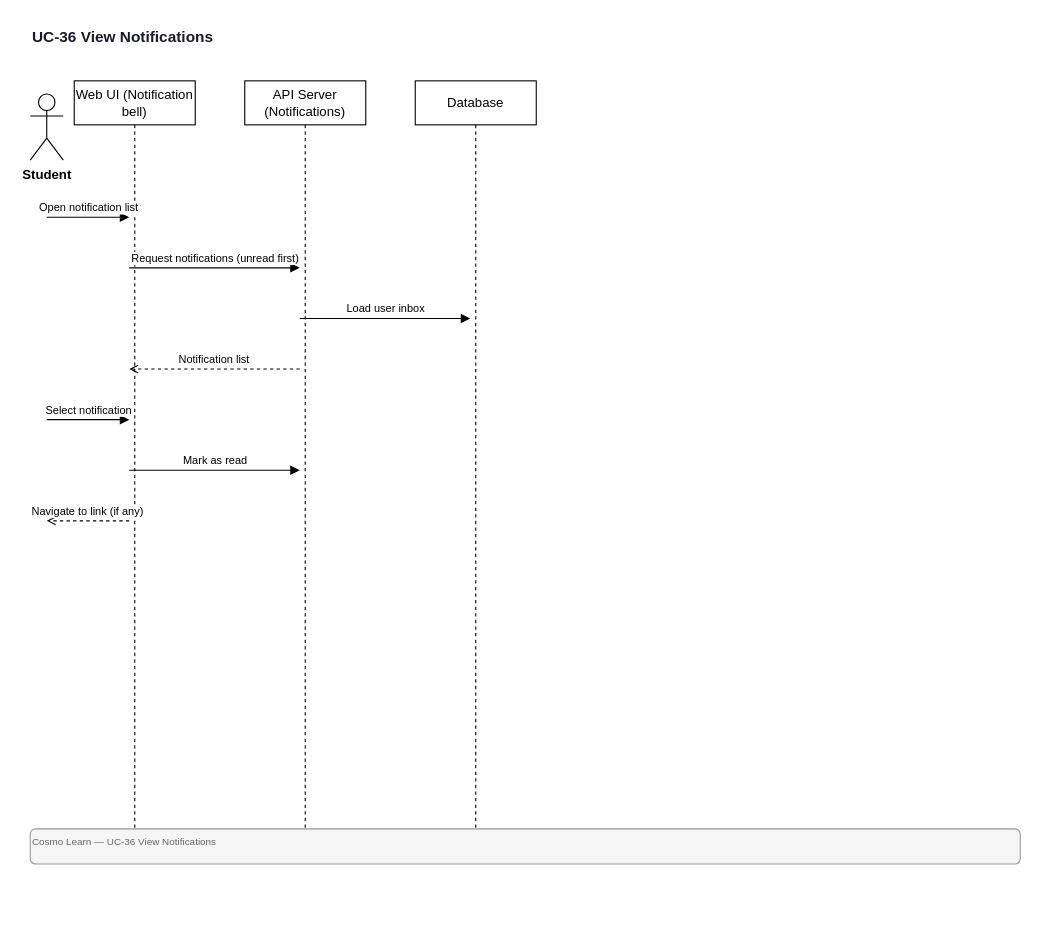
quangg1/ASTRO_EDU keeps this draw.io diagram as docs/diagrams/sequence/UC-36-View-Notifications.drawio. Above is the earlier version. Source tidied: cells renumbered, new cells numbered last; positions are measured from the earlier drawing's top-left corner, leaving out a move shared by most shapes. Both pictures are drawn from the tidied source at 110%, with x=0, y=0 at pixel (30, 19).
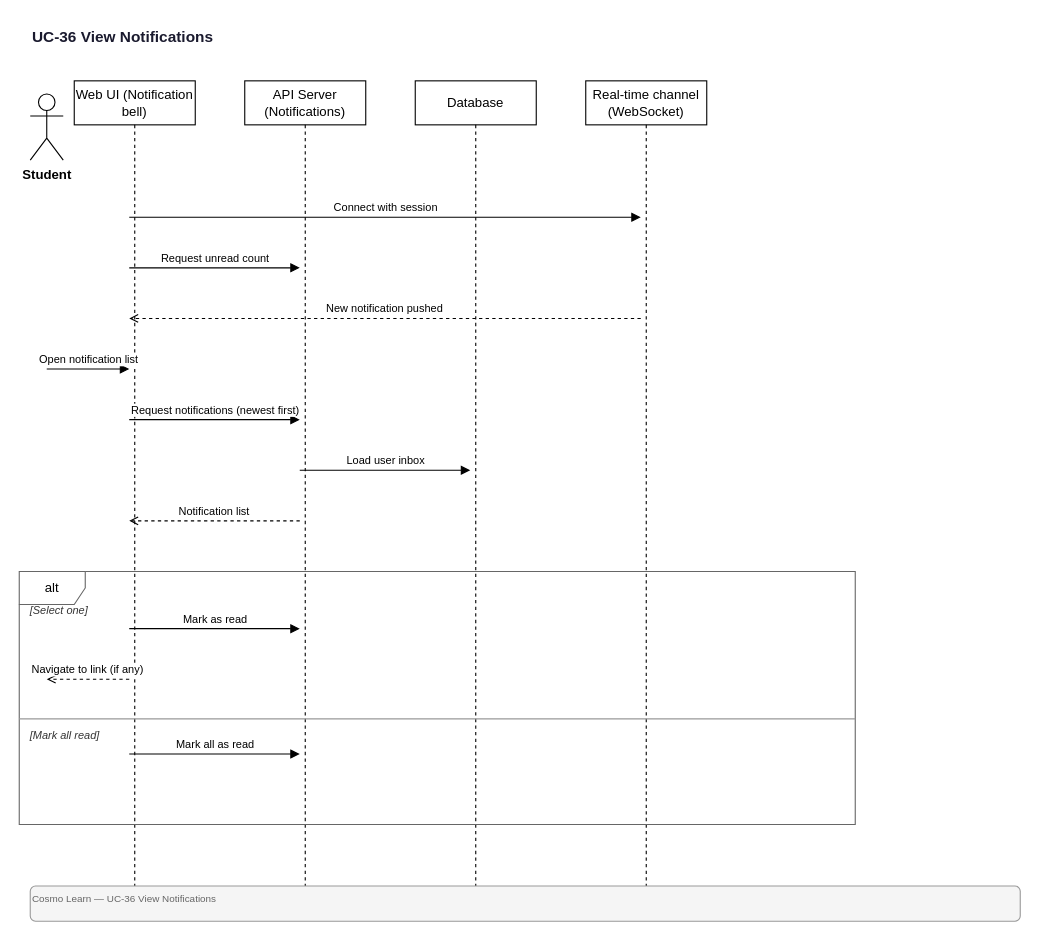
The same page after the edit.

Diff of the diagram source:
```diff
@@
     <mxCell id="4" value="Web UI (Notification bell)" style="shape=umlLifeline;perimeter=lifelinePerimeter;whiteSpace=wrap;html=1;size=40;" parent="1" vertex="1">
-      <mxGeometry x="40" y="56" width="110" height="682" as="geometry" />
+      <mxGeometry x="40" y="56" width="110" height="734" as="geometry" />
     </mxCell>
     <mxCell id="5" value="API Server (Notifications)" style="shape=umlLifeline;perimeter=lifelinePerimeter;whiteSpace=wrap;html=1;size=40;" parent="1" vertex="1">
-      <mxGeometry x="195" y="56" width="110" height="682" as="geometry" />
+      <mxGeometry x="195" y="56" width="110" height="734" as="geometry" />
     </mxCell>
     <mxCell id="6" value="Database" style="shape=umlLifeline;perimeter=lifelinePerimeter;whiteSpace=wrap;html=1;size=40;" parent="1" vertex="1">
-      <mxGeometry x="350" y="56" width="110" height="682" as="geometry" />
+      <mxGeometry x="350" y="56" width="110" height="734" as="geometry" />
     </mxCell>
+    <mxCell id="15" value="Real-time channel (WebSocket)" style="shape=umlLifeline;perimeter=lifelinePerimeter;whiteSpace=wrap;html=1;size=40;" parent="1" vertex="1">
+      <mxGeometry x="505" y="56" width="110" height="734" as="geometry" />
+    </mxCell>
-    <mxCell id="7" value="Open notification list" style="endArrow=block;endFill=1;html=1;fontSize=10;verticalAlign=bottom;" parent="1" edge="1">
+    <mxCell id="7" value="Connect with session" style="endArrow=block;endFill=1;html=1;fontSize=10;verticalAlign=bottom;" parent="1" edge="1">
       <mxGeometry relative="1" as="geometry">
-        <mxPoint x="15" y="180" as="sourcePoint" />
-        <mxPoint x="90" y="180" as="targetPoint" />
+        <mxPoint x="90" y="180" as="sourcePoint" />
+        <mxPoint x="555" y="180" as="targetPoint" />
       </mxGeometry>
     </mxCell>
-    <mxCell id="8" value="Request notifications (unread first)" style="endArrow=block;endFill=1;html=1;fontSize=10;verticalAlign=bottom;" parent="1" edge="1">
+    <mxCell id="8" value="Request unread count" style="endArrow=block;endFill=1;html=1;fontSize=10;verticalAlign=bottom;" parent="1" edge="1">
       <mxGeometry relative="1" as="geometry">
         <mxPoint x="90" y="226" as="sourcePoint" />
         <mxPoint x="245" y="226" as="targetPoint" />
       </mxGeometry>
     </mxCell>
-    <mxCell id="9" value="Load user inbox" style="endArrow=block;endFill=1;html=1;fontSize=10;verticalAlign=bottom;" parent="1" edge="1">
+    <mxCell id="9" value="New notification pushed" style="endArrow=open;endFill=0;html=1;dashed=1;fontSize=10;verticalAlign=bottom;" parent="1" edge="1">
       <mxGeometry relative="1" as="geometry">
-        <mxPoint x="245" y="272" as="sourcePoint" />
-        <mxPoint x="400" y="272" as="targetPoint" />
+        <mxPoint x="555" y="272" as="sourcePoint" />
+        <mxPoint x="90" y="272" as="targetPoint" />
       </mxGeometry>
     </mxCell>
-    <mxCell id="10" value="Notification list" style="endArrow=open;endFill=0;html=1;dashed=1;fontSize=10;verticalAlign=bottom;" parent="1" edge="1">
+    <mxCell id="10" value="Open notification list" style="endArrow=block;endFill=1;html=1;fontSize=10;verticalAlign=bottom;" parent="1" edge="1">
       <mxGeometry relative="1" as="geometry">
-        <mxPoint x="245" y="318" as="sourcePoint" />
+        <mxPoint x="15" y="318" as="sourcePoint" />
         <mxPoint x="90" y="318" as="targetPoint" />
       </mxGeometry>
     </mxCell>
-    <mxCell id="11" value="Select notification" style="endArrow=block;endFill=1;html=1;fontSize=10;verticalAlign=bottom;" parent="1" edge="1">
+    <mxCell id="11" value="Request notifications (newest first)" style="endArrow=block;endFill=1;html=1;fontSize=10;verticalAlign=bottom;" parent="1" edge="1">
       <mxGeometry relative="1" as="geometry">
-        <mxPoint x="15" y="364" as="sourcePoint" />
-        <mxPoint x="90" y="364" as="targetPoint" />
+        <mxPoint x="90" y="364" as="sourcePoint" />
+        <mxPoint x="245" y="364" as="targetPoint" />
       </mxGeometry>
     </mxCell>
-    <mxCell id="12" value="Mark as read" style="endArrow=block;endFill=1;html=1;fontSize=10;verticalAlign=bottom;" parent="1" edge="1">
+    <mxCell id="12" value="Load user inbox" style="endArrow=block;endFill=1;html=1;fontSize=10;verticalAlign=bottom;" parent="1" edge="1">
       <mxGeometry relative="1" as="geometry">
-        <mxPoint x="90" y="410" as="sourcePoint" />
-        <mxPoint x="245" y="410" as="targetPoint" />
+        <mxPoint x="245" y="410" as="sourcePoint" />
+        <mxPoint x="400" y="410" as="targetPoint" />
       </mxGeometry>
     </mxCell>
-    <mxCell id="13" value="Navigate to link (if any)" style="endArrow=open;endFill=0;html=1;dashed=1;fontSize=10;verticalAlign=bottom;" parent="1" edge="1">
+    <mxCell id="13" value="Notification list" style="endArrow=open;endFill=0;html=1;dashed=1;fontSize=10;verticalAlign=bottom;" parent="1" edge="1">
       <mxGeometry relative="1" as="geometry">
-        <mxPoint x="90" y="456" as="sourcePoint" />
-        <mxPoint x="15" y="456" as="targetPoint" />
+        <mxPoint x="245" y="456" as="sourcePoint" />
+        <mxPoint x="90" y="456" as="targetPoint" />
       </mxGeometry>
     </mxCell>
-    <mxCell id="14" value="Cosmo Learn — UC-36 View Notifications" style="text;html=1;strokeColor=#999;fillColor=#f5f5f5;align=left;verticalAlign=top;fontSize=9;fontColor=#666;rounded=1;" parent="1" vertex="1">
-      <mxGeometry y="736" width="900" height="32" as="geometry" />
+    <mxCell id="14" value="alt" style="shape=umlFrame;whiteSpace=wrap;html=1;fillColor=none;strokeColor=#666666;" parent="1" vertex="1">
+      <mxGeometry x="-10" y="502" width="760" height="230" as="geometry" />
     </mxCell>
+    <mxCell id="16" value="[Select one]" style="text;html=1;strokeColor=none;fillColor=none;align=left;verticalAlign=middle;fontSize=10;fontStyle=2;fontColor=#333333;" parent="1" vertex="1">
+      <mxGeometry x="-2" y="528" width="744" height="18" as="geometry" />
+    </mxCell>
+    <mxCell id="17" value="Mark as read" style="endArrow=block;endFill=1;html=1;fontSize=10;verticalAlign=bottom;" parent="1" edge="1">
+      <mxGeometry relative="1" as="geometry">
+        <mxPoint x="90" y="554" as="sourcePoint" />
+        <mxPoint x="245" y="554" as="targetPoint" />
+      </mxGeometry>
+    </mxCell>
+    <mxCell id="18" value="Navigate to link (if any)" style="endArrow=open;endFill=0;html=1;dashed=1;fontSize=10;verticalAlign=bottom;" parent="1" edge="1">
+      <mxGeometry relative="1" as="geometry">
+        <mxPoint x="90" y="600" as="sourcePoint" />
+        <mxPoint x="15" y="600" as="targetPoint" />
+      </mxGeometry>
+    </mxCell>
+    <mxCell id="19" value="[Mark all read]" style="text;html=1;strokeColor=none;fillColor=none;align=left;verticalAlign=middle;fontSize=10;fontStyle=2;fontColor=#333333;" parent="1" vertex="1">
+      <mxGeometry x="-2" y="642" width="744" height="18" as="geometry" />
+    </mxCell>
+    <mxCell id="20" style="endArrow=none;html=1;strokeWidth=1;strokeColor=#999999;" parent="1" edge="1">
+      <mxGeometry relative="1" as="geometry">
+        <mxPoint x="-10" y="636" as="sourcePoint" />
+        <mxPoint x="750" y="636" as="targetPoint" />
+      </mxGeometry>
+    </mxCell>
+    <mxCell id="21" value="Mark all as read" style="endArrow=block;endFill=1;html=1;fontSize=10;verticalAlign=bottom;" parent="1" edge="1">
+      <mxGeometry relative="1" as="geometry">
+        <mxPoint x="90" y="668" as="sourcePoint" />
+        <mxPoint x="245" y="668" as="targetPoint" />
+      </mxGeometry>
+    </mxCell>
+    <mxCell id="22" value="Cosmo Learn — UC-36 View Notifications" style="text;html=1;strokeColor=#999;fillColor=#f5f5f5;align=left;verticalAlign=top;fontSize=9;fontColor=#666;rounded=1;" parent="1" vertex="1">
+      <mxGeometry y="788" width="900" height="32" as="geometry" />
+    </mxCell>
```
